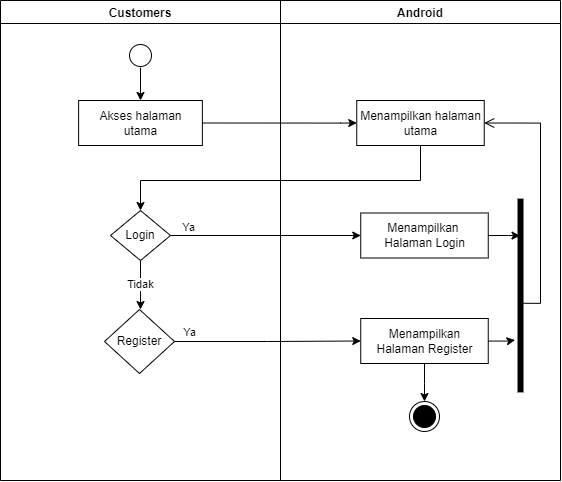
Above: Diagram/activity_diagram/user/user halaman utama.drawio.png in secondline16/ptsuryasafetynusantara (draw.io), before the change. Source tidied: cells renumbered, new cells last; positions are measured from the earlier drawing's top-left corner, leaving out a move shared by most shapes.
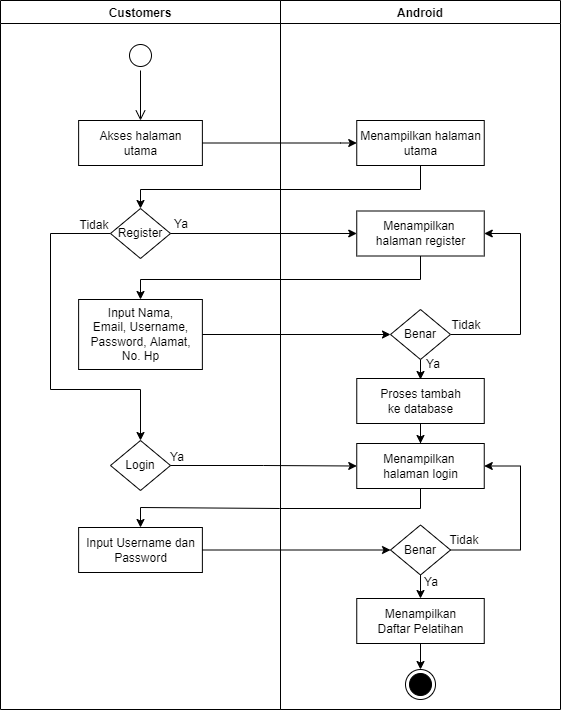
The same file after the commit.

Change to the diagram source:
```diff
@@ -4,113 +4,164 @@
     <mxCell id="1" parent="0" />
     <mxCell id="2" style="edgeStyle=orthogonalEdgeStyle;rounded=0;orthogonalLoop=1;jettySize=auto;html=1;exitX=1;exitY=0.5;exitDx=0;exitDy=0;entryX=0;entryY=0.5;entryDx=0;entryDy=0;" parent="1" edge="1">
       <mxGeometry relative="1" as="geometry">
-        <mxPoint x="346.2" y="351.5" as="targetPoint" />
+        <mxPoint x="386.2" y="492.5" as="targetPoint" />
       </mxGeometry>
     </mxCell>
     <mxCell id="3" style="edgeStyle=orthogonalEdgeStyle;rounded=0;orthogonalLoop=1;jettySize=auto;html=1;exitX=1;exitY=0.5;exitDx=0;exitDy=0;entryX=0;entryY=0.5;entryDx=0;entryDy=0;" parent="1" edge="1">
       <mxGeometry relative="1" as="geometry">
-        <mxPoint x="191.9" y="548.5" as="sourcePoint" />
+        <mxPoint x="231.9" y="689.5" as="sourcePoint" />
       </mxGeometry>
     </mxCell>
     <mxCell id="4" value="Android" style="swimlane;fillColor=none;" parent="1" vertex="1">
-      <mxGeometry x="280" width="280" height="480" as="geometry" />
+      <mxGeometry x="280" width="280" height="709" as="geometry" />
     </mxCell>
+    <mxCell id="7" value="Menampilkan halaman&lt;br&gt;utama" style="html=1;strokeColor=#000000;fillColor=default;" parent="4" vertex="1">
+      <mxGeometry x="76.2" y="120" width="127.5" height="45" as="geometry" />
+    </mxCell>
+    <mxCell id="28" style="ellipse;html=1;shape=endState;fillColor=#000000;strokeColor=#000000;" parent="4" vertex="1">
+      <mxGeometry x="125" y="669" width="30" height="30" as="geometry" />
+    </mxCell>
+    <mxCell id="29" value="Menampilkan &lt;br&gt;halaman register" style="html=1;strokeColor=#000000;fillColor=default;" parent="4" vertex="1">
+      <mxGeometry x="76.2" y="210.5" width="127.5" height="45" as="geometry" />
+    </mxCell>
+    <mxCell id="30" style="edgeStyle=orthogonalEdgeStyle;rounded=0;jettySize=auto;html=1;" parent="4" edge="1" source="31" target="32">
+      <mxGeometry relative="1" as="geometry" />
+    </mxCell>
+    <mxCell id="31" value="Proses tambah&lt;br&gt;ke database" style="html=1;strokeColor=#000000;fillColor=default;" parent="4" vertex="1">
+      <mxGeometry x="76.3" y="378" width="127.5" height="45" as="geometry" />
+    </mxCell>
+    <mxCell id="32" value="Menampilkan &lt;br&gt;halaman login" style="html=1;strokeColor=#000000;fillColor=default;" parent="4" vertex="1">
+      <mxGeometry x="76.2" y="443" width="127.5" height="45" as="geometry" />
+    </mxCell>
+    <mxCell id="33" style="edgeStyle=orthogonalEdgeStyle;rounded=0;jettySize=auto;html=1;exitX=0.5;exitY=1;exitDx=0;exitDy=0;" parent="4" edge="1" source="37" target="35">
+      <mxGeometry relative="1" as="geometry" />
+    </mxCell>
+    <mxCell id="34" style="edgeStyle=orthogonalEdgeStyle;rounded=0;jettySize=auto;html=1;entryX=0.5;entryY=0;entryDx=0;entryDy=0;" parent="4" edge="1" source="35" target="28">
+      <mxGeometry relative="1" as="geometry" />
+    </mxCell>
+    <mxCell id="35" value="Menampilkan&lt;br&gt;Daftar Pelatihan" style="html=1;strokeColor=#000000;fillColor=default;" parent="4" vertex="1">
+      <mxGeometry x="76.2" y="598" width="127.5" height="45" as="geometry" />
+    </mxCell>
+    <mxCell id="36" style="edgeStyle=orthogonalEdgeStyle;rounded=0;jettySize=auto;html=1;entryX=1;entryY=0.5;entryDx=0;entryDy=0;exitX=1;exitY=0.5;exitDx=0;exitDy=0;" parent="4" edge="1" source="37" target="32">
+      <mxGeometry relative="1" as="geometry">
+        <Array as="points">
+          <mxPoint x="170" y="549" />
+          <mxPoint x="240" y="549" />
+          <mxPoint x="240" y="466" />
+        </Array>
+      </mxGeometry>
+    </mxCell>
+    <mxCell id="37" value="Benar" style="rhombus;whiteSpace=wrap;html=1;" parent="4" vertex="1">
+      <mxGeometry x="110" y="524.5" width="60" height="50" as="geometry" />
+    </mxCell>
+    <mxCell id="38" style="edgeStyle=orthogonalEdgeStyle;rounded=0;jettySize=auto;html=1;entryX=1;entryY=0.5;entryDx=0;entryDy=0;exitX=1;exitY=0.5;exitDx=0;exitDy=0;" parent="4" edge="1" source="40" target="29">
+      <mxGeometry relative="1" as="geometry">
+        <Array as="points">
+          <mxPoint x="240" y="334" />
+          <mxPoint x="240" y="233" />
+        </Array>
+      </mxGeometry>
+    </mxCell>
+    <mxCell id="39" style="edgeStyle=orthogonalEdgeStyle;rounded=0;jettySize=auto;html=1;" parent="4" edge="1" source="40" target="31">
+      <mxGeometry relative="1" as="geometry" />
+    </mxCell>
+    <mxCell id="40" value="Benar" style="rhombus;whiteSpace=wrap;html=1;" parent="4" vertex="1">
+      <mxGeometry x="110" y="309" width="60" height="50" as="geometry" />
+    </mxCell>
+    <mxCell id="41" value="Ya" style="text;html=1;strokeColor=none;fillColor=none;align=center;verticalAlign=middle;whiteSpace=wrap;rounded=0;" parent="4" vertex="1">
+      <mxGeometry x="123" y="349" width="60" height="30" as="geometry" />
+    </mxCell>
+    <mxCell id="42" value="Ya" style="text;html=1;strokeColor=none;fillColor=none;align=center;verticalAlign=middle;whiteSpace=wrap;rounded=0;" parent="4" vertex="1">
+      <mxGeometry x="121" y="567" width="60" height="30" as="geometry" />
+    </mxCell>
+    <mxCell id="43" value="Tidak" style="text;html=1;strokeColor=none;fillColor=none;align=center;verticalAlign=middle;whiteSpace=wrap;rounded=0;" parent="4" vertex="1">
+      <mxGeometry x="156" y="310" width="60" height="30" as="geometry" />
+    </mxCell>
+    <mxCell id="44" value="Tidak" style="text;html=1;strokeColor=none;fillColor=none;align=center;verticalAlign=middle;whiteSpace=wrap;rounded=0;" parent="4" vertex="1">
+      <mxGeometry x="154" y="525" width="60" height="30" as="geometry" />
+    </mxCell>
     <mxCell id="5" value="Customers" style="swimlane;fillColor=none;startSize=23;" parent="1" vertex="1">
-      <mxGeometry width="280" height="480" as="geometry" />
+      <mxGeometry width="280" height="709" as="geometry" />
     </mxCell>
     <mxCell id="6" style="ellipse;html=1;shape=startState;fillColor=default;strokeColor=#000000;" parent="5" vertex="1">
       <mxGeometry x="125" y="40" width="30" height="30" as="geometry" />
     </mxCell>
-    <mxCell id="7" value="Menampilkan halaman&lt;br&gt;utama" style="html=1;strokeColor=#000000;fillColor=default;" parent="1" vertex="1">
-      <mxGeometry x="356.2" y="100" width="127.5" height="45" as="geometry" />
-    </mxCell>
-    <mxCell id="8" style="edgeStyle=orthogonalEdgeStyle;rounded=0;jettySize=auto;html=1;entryX=0.808;entryY=0.45;entryDx=0;entryDy=0;entryPerimeter=0;" parent="1" edge="1" source="9" target="13">
-      <mxGeometry relative="1" as="geometry" />
-    </mxCell>
-    <mxCell id="9" value="Menampilkan &lt;br&gt;Halaman Login" style="html=1;strokeColor=#000000;fillColor=default;" parent="1" vertex="1">
-      <mxGeometry x="360.2" y="212.5" width="127.5" height="45" as="geometry" />
-    </mxCell>
-    <mxCell id="10" style="edgeStyle=orthogonalEdgeStyle;rounded=0;jettySize=auto;html=1;entryX=0.27;entryY=-0.05;entryDx=0;entryDy=0;entryPerimeter=0;" parent="1" edge="1" source="12" target="13">
-      <mxGeometry relative="1" as="geometry" />
-    </mxCell>
-    <mxCell id="11" style="edgeStyle=orthogonalEdgeStyle;rounded=0;jettySize=auto;html=1;entryX=0.5;entryY=0;entryDx=0;entryDy=0;" parent="1" edge="1" source="12" target="14">
-      <mxGeometry relative="1" as="geometry" />
-    </mxCell>
-    <mxCell id="12" value="Menampilkan&lt;br&gt;Halaman Register" style="html=1;strokeColor=#000000;fillColor=default;" parent="1" vertex="1">
-      <mxGeometry x="360.2" y="318" width="127.5" height="45" as="geometry" />
-    </mxCell>
-    <mxCell id="13" style="shape=line;html=1;strokeWidth=6;strokeColor=#000000;rotation=-90;" parent="1" vertex="1">
-      <mxGeometry x="423.1" y="290" width="193.8" height="10" as="geometry" />
-    </mxCell>
-    <mxCell id="14" style="ellipse;html=1;shape=endState;fillColor=#000000;strokeColor=#000000;" parent="1" vertex="1">
-      <mxGeometry x="409" y="401" width="30" height="30" as="geometry" />
-    </mxCell>
-    <mxCell id="15" style="edgeStyle=orthogonalEdgeStyle;rounded=0;jettySize=auto;html=1;entryX=0.5;entryY=0;entryDx=0;entryDy=0;" parent="1" edge="1" target="16">
-      <mxGeometry relative="1" as="geometry">
-        <mxPoint x="140" y="67" as="sourcePoint" />
-      </mxGeometry>
-    </mxCell>
+    <mxCell id="45" style="edgeStyle=orthogonalEdgeStyle;html=1;verticalAlign=bottom;endArrow=open;endSize=8;strokeColor=#000000;rounded=0;" parent="5" edge="1" source="6">
+      <mxGeometry relative="1" as="geometry">
+        <mxPoint x="140" y="120" as="targetPoint" />
+      </mxGeometry>
+    </mxCell>
-    <mxCell id="16" value="Akses halaman&lt;br&gt;utama" style="html=1;strokeColor=#000000;fillColor=default;" parent="1" vertex="1">
-      <mxGeometry x="78.1" y="100" width="123.8" height="45" as="geometry" />
+    <mxCell id="16" value="Akses halaman&lt;br&gt;utama" style="html=1;strokeColor=#000000;fillColor=default;" parent="5" vertex="1">
+      <mxGeometry x="78.1" y="120" width="123.8" height="45" as="geometry" />
     </mxCell>
-    <mxCell id="17" style="edgeStyle=orthogonalEdgeStyle;rounded=0;jettySize=auto;html=1;exitX=0;exitY=0.5;exitDx=0;exitDy=0;entryX=0.5;entryY=0;entryDx=0;entryDy=0;" parent="1" edge="1" source="18" target="19">
-      <mxGeometry relative="1" as="geometry">
-        <Array as="points">
-          <mxPoint x="140" y="235" />
-        </Array>
-      </mxGeometry>
-    </mxCell>
+    <mxCell id="46" style="edgeStyle=orthogonalEdgeStyle;rounded=0;jettySize=auto;html=1;exitX=0;exitY=0.5;exitDx=0;exitDy=0;entryX=0.5;entryY=0;entryDx=0;entryDy=0;" parent="5" edge="1" source="19" target="18">
+      <mxGeometry relative="1" as="geometry">
+        <Array as="points">
+          <mxPoint x="50" y="233" />
+          <mxPoint x="50" y="389" />
+          <mxPoint x="140" y="389" />
+        </Array>
+      </mxGeometry>
+    </mxCell>
+    <mxCell id="19" value="Register" style="rhombus;whiteSpace=wrap;html=1;" parent="5" vertex="1">
+      <mxGeometry x="110" y="208" width="60" height="50" as="geometry" />
+    </mxCell>
+    <mxCell id="47" value="Input Nama,&lt;br&gt;Email, Username,&lt;br&gt;Password, Alamat,&lt;br&gt;No. Hp" style="html=1;strokeColor=#000000;fillColor=default;" parent="5" vertex="1">
+      <mxGeometry x="78.1" y="299" width="123.8" height="70" as="geometry" />
+    </mxCell>
-    <mxCell id="18" value="Login" style="rhombus;whiteSpace=wrap;html=1;" parent="1" vertex="1">
-      <mxGeometry x="110" y="210" width="60" height="50" as="geometry" />
+    <mxCell id="18" value="Login" style="rhombus;whiteSpace=wrap;html=1;" parent="5" vertex="1">
+      <mxGeometry x="110" y="440" width="60" height="50" as="geometry" />
     </mxCell>
-    <mxCell id="19" value="Register" style="rhombus;whiteSpace=wrap;html=1;" parent="1" vertex="1">
-      <mxGeometry x="104" y="309" width="70" height="64" as="geometry" />
-    </mxCell>
-    <mxCell id="20" value="Tidak" style="edgeLabel;html=1;align=center;verticalAlign=middle;" parent="1" vertex="1">
-      <mxGeometry x="237" y="290" as="geometry">
-        <mxPoint x="-98" y="-7" as="offset" />
-      </mxGeometry>
-    </mxCell>
+    <mxCell id="48" value="Input Username dan&lt;br&gt;Password" style="html=1;strokeColor=#000000;fillColor=default;" parent="5" vertex="1">
+      <mxGeometry x="78.1" y="527" width="123.8" height="45" as="geometry" />
+    </mxCell>
+    <mxCell id="49" value="Ya" style="text;html=1;strokeColor=none;fillColor=none;align=center;verticalAlign=middle;whiteSpace=wrap;rounded=0;" parent="5" vertex="1">
+      <mxGeometry x="151" y="209" width="60" height="30" as="geometry" />
+    </mxCell>
+    <mxCell id="50" value="Ya" style="text;html=1;strokeColor=none;fillColor=none;align=center;verticalAlign=middle;whiteSpace=wrap;rounded=0;" parent="5" vertex="1">
+      <mxGeometry x="147" y="442" width="60" height="30" as="geometry" />
+    </mxCell>
+    <mxCell id="51" value="Tidak" style="text;html=1;strokeColor=none;fillColor=none;align=center;verticalAlign=middle;whiteSpace=wrap;rounded=0;" parent="5" vertex="1">
+      <mxGeometry x="64" y="210" width="60" height="30" as="geometry" />
+    </mxCell>
     <mxCell id="21" style="edgeStyle=orthogonalEdgeStyle;rounded=0;jettySize=auto;html=1;exitX=1;exitY=0.5;exitDx=0;exitDy=0;strokeColor=#000000;entryX=0;entryY=0.5;entryDx=0;entryDy=0;" parent="1" edge="1" source="16" target="7">
       <mxGeometry relative="1" as="geometry">
         <Array as="points">
-          <mxPoint x="340" y="123" />
-          <mxPoint x="350" y="123" />
+          <mxPoint x="340" y="143" />
+          <mxPoint x="350" y="143" />
         </Array>
       </mxGeometry>
     </mxCell>
-    <mxCell id="22" style="edgeStyle=orthogonalEdgeStyle;rounded=0;jettySize=auto;html=1;exitX=0.5;exitY=1;exitDx=0;exitDy=0;strokeColor=#000000;entryX=0.5;entryY=0;entryDx=0;entryDy=0;" parent="1" edge="1" source="7" target="18">
-      <mxGeometry relative="1" as="geometry">
-        <Array as="points">
-          <mxPoint x="420" y="180" />
-          <mxPoint x="140" y="180" />
-        </Array>
-      </mxGeometry>
-    </mxCell>
-    <mxCell id="23" style="edgeStyle=orthogonalEdgeStyle;rounded=0;jettySize=auto;html=1;exitX=1;exitY=0.5;exitDx=0;exitDy=0;entryX=0;entryY=0.5;entryDx=0;entryDy=0;" parent="1" edge="1" source="18" target="9">
-      <mxGeometry relative="1" as="geometry" />
-    </mxCell>
-    <mxCell id="24" value="Ya" style="edgeLabel;html=1;align=center;verticalAlign=middle;" parent="23" vertex="1">
-      <mxGeometry x="-0.81" y="2" relative="1" as="geometry">
-        <mxPoint y="-7" as="offset" />
-      </mxGeometry>
-    </mxCell>
-    <mxCell id="25" style="edgeStyle=orthogonalEdgeStyle;rounded=0;jettySize=auto;html=1;exitX=1;exitY=0.5;exitDx=0;exitDy=0;entryX=0;entryY=0.5;entryDx=0;entryDy=0;" parent="1" edge="1" source="19" target="12">
-      <mxGeometry relative="1" as="geometry" />
-    </mxCell>
-    <mxCell id="26" value="Ya" style="edgeLabel;html=1;align=center;verticalAlign=middle;" parent="25" vertex="1">
-      <mxGeometry x="-0.85" y="1" relative="1" as="geometry">
-        <mxPoint y="-9" as="offset" />
-      </mxGeometry>
-    </mxCell>
-    <mxCell id="27" style="edgeStyle=orthogonalEdgeStyle;html=1;verticalAlign=bottom;endArrow=open;endSize=8;strokeColor=#000000;rounded=0;entryX=1;entryY=0.5;entryDx=0;entryDy=0;exitX=0.46;exitY=0.399;exitDx=0;exitDy=0;exitPerimeter=0;" parent="1" edge="1" source="13">
-      <mxGeometry relative="1" as="geometry">
-        <mxPoint x="483.8" y="122.5" as="targetPoint" />
-        <Array as="points">
-          <mxPoint x="540" y="303" />
-          <mxPoint x="540" y="123" />
-        </Array>
-      </mxGeometry>
-    </mxCell>
+    <mxCell id="52" style="edgeStyle=orthogonalEdgeStyle;rounded=0;jettySize=auto;html=1;exitX=0.5;exitY=1;exitDx=0;exitDy=0;strokeColor=#000000;entryX=0.5;entryY=0;entryDx=0;entryDy=0;" parent="1" edge="1" source="7" target="19">
+      <mxGeometry relative="1" as="geometry">
+        <Array as="points">
+          <mxPoint x="420" y="189" />
+          <mxPoint x="140" y="189" />
+        </Array>
+      </mxGeometry>
+    </mxCell>
+    <mxCell id="53" style="edgeStyle=orthogonalEdgeStyle;rounded=0;jettySize=auto;html=1;exitX=1;exitY=0.5;exitDx=0;exitDy=0;entryX=0;entryY=0.5;entryDx=0;entryDy=0;" parent="1" edge="1" source="19" target="29">
+      <mxGeometry relative="1" as="geometry" />
+    </mxCell>
+    <mxCell id="54" style="edgeStyle=orthogonalEdgeStyle;rounded=0;jettySize=auto;html=1;exitX=0.5;exitY=1;exitDx=0;exitDy=0;entryX=0.5;entryY=0;entryDx=0;entryDy=0;" parent="1" edge="1" source="29" target="47">
+      <mxGeometry relative="1" as="geometry">
+        <Array as="points">
+          <mxPoint x="420" y="279" />
+          <mxPoint x="140" y="279" />
+        </Array>
+      </mxGeometry>
+    </mxCell>
+    <mxCell id="55" style="edgeStyle=orthogonalEdgeStyle;rounded=0;jettySize=auto;html=1;exitX=1;exitY=0.5;exitDx=0;exitDy=0;entryX=0;entryY=0.5;entryDx=0;entryDy=0;" parent="1" edge="1" source="47" target="40">
+      <mxGeometry relative="1" as="geometry" />
+    </mxCell>
+    <mxCell id="56" style="edgeStyle=orthogonalEdgeStyle;rounded=0;jettySize=auto;html=1;exitX=1;exitY=0.5;exitDx=0;exitDy=0;entryX=0;entryY=0.5;entryDx=0;entryDy=0;" parent="1" edge="1" source="18" target="32">
+      <mxGeometry relative="1" as="geometry" />
+    </mxCell>
+    <mxCell id="57" style="edgeStyle=orthogonalEdgeStyle;rounded=0;jettySize=auto;html=1;exitX=0.5;exitY=1;exitDx=0;exitDy=0;entryX=0.5;entryY=0;entryDx=0;entryDy=0;" parent="1" edge="1" source="32" target="48">
+      <mxGeometry relative="1" as="geometry" />
+    </mxCell>
+    <mxCell id="58" style="edgeStyle=orthogonalEdgeStyle;rounded=0;jettySize=auto;html=1;exitX=1;exitY=0.5;exitDx=0;exitDy=0;entryX=0;entryY=0.5;entryDx=0;entryDy=0;" parent="1" edge="1" source="48" target="37">
+      <mxGeometry relative="1" as="geometry" />
+    </mxCell>
   </root>
 </mxGraphModel>
```
